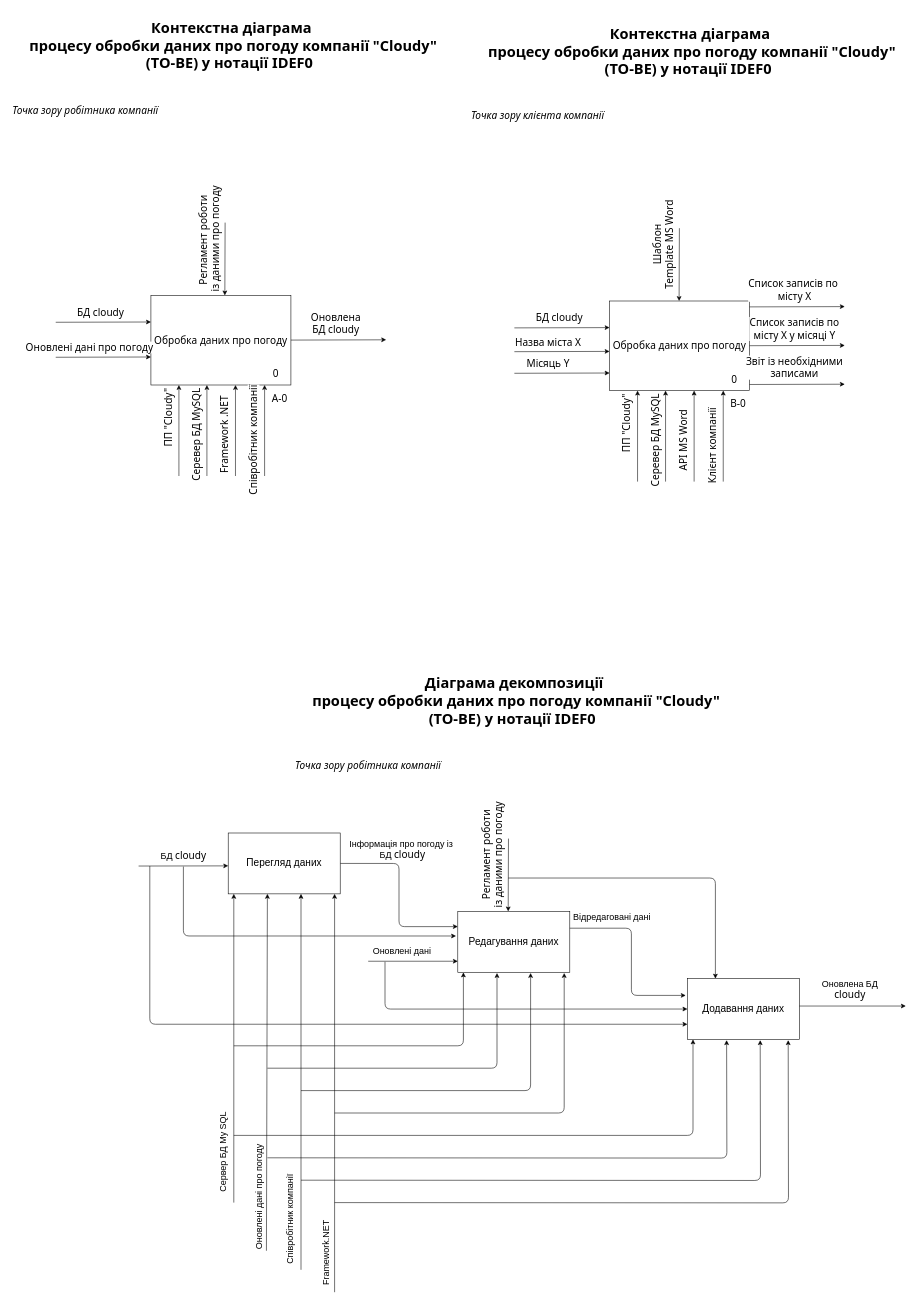
Above: page "IDEF0" (2 of 2) of BPMN i IDEF0.drawio in godlyfrenemy/Cloudy (draw.io), before the change. Source tidied: cells renumbered, new cells numbered last; positions are measured from the earlier drawing's top-left corner, leaving out a move shared by most shapes. Both pictures are drawn from the tidied source at 56%, with x=0, y=0 at pixel (10, 15).
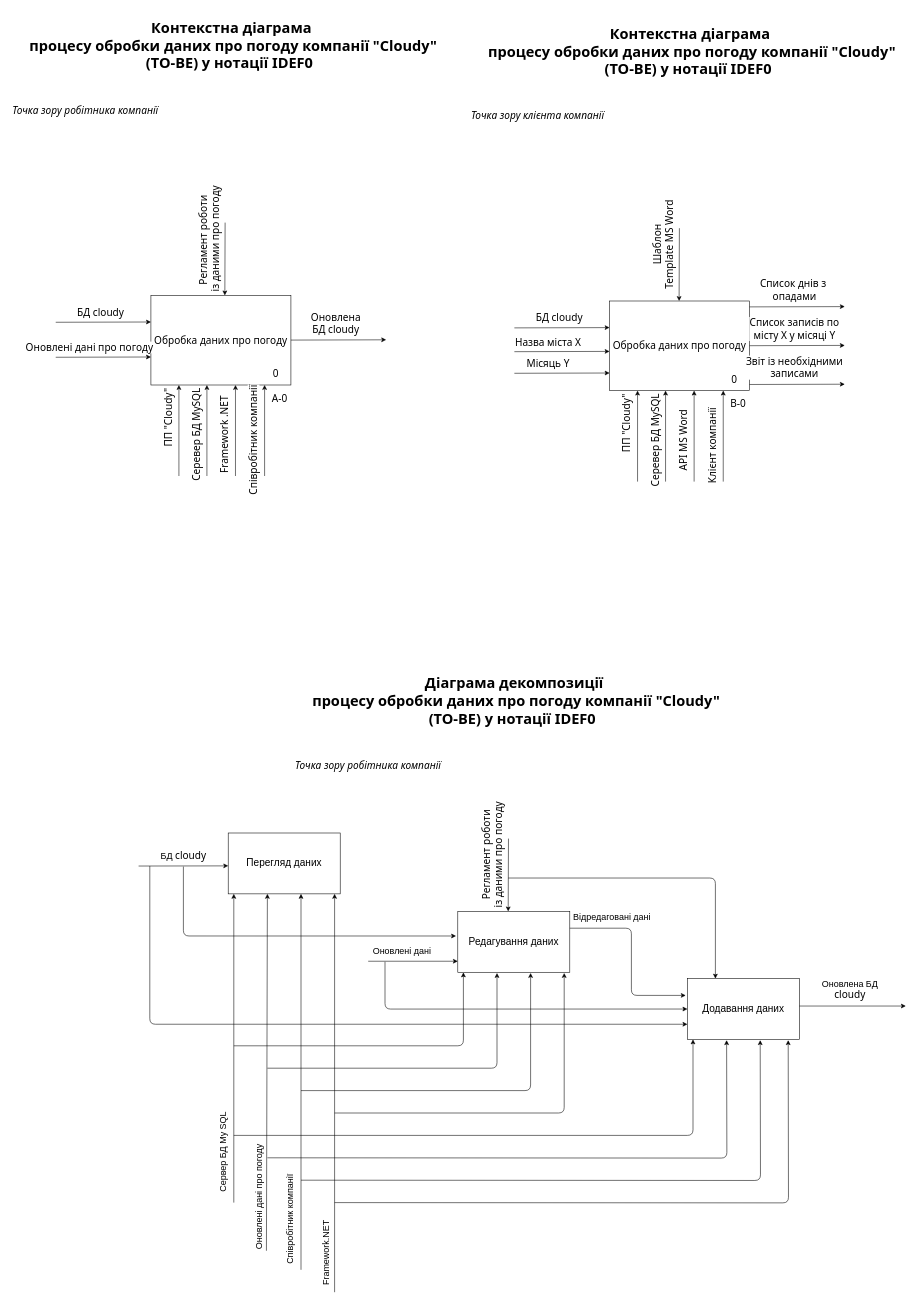
After the change.

Unchanged cells that the change refers to:
```xml
<mxCell id="24" value="&lt;font style=&quot;font-size: 18px&quot;&gt;Перегляд даних&lt;/font&gt;" style="rounded=0;whiteSpace=wrap;html=1;" parent="1" vertex="1">
  <mxGeometry x="390" y="1460" width="200" height="108.7" as="geometry" />
</mxCell>
<mxCell id="25" value="&lt;font style=&quot;font-size: 18px&quot;&gt;Редагування даних&lt;/font&gt;" style="rounded=0;whiteSpace=wrap;html=1;" parent="1" vertex="1">
  <mxGeometry x="800" y="1600" width="200" height="108.7" as="geometry" />
</mxCell>
<mxCell id="80" style="endArrow=classic;html=1;fontFamily=Tahoma;fontSize=18;entryX=0;entryY=0.25;entryDx=0;entryDy=0;" parent="1" edge="1">
  <mxGeometry relative="1" as="geometry">
    <mxPoint x="1321" y="520.5" as="sourcePoint" />
    <mxPoint x="1491" y="520" as="targetPoint" />
  </mxGeometry>
</mxCell>
```

Change to the diagram source:
```diff
@@
-    <mxCell id="22" style="edgeStyle=orthogonalEdgeStyle;rounded=1;jettySize=auto;html=1;exitX=1;exitY=0.5;exitDx=0;exitDy=0;entryX=0;entryY=0.25;entryDx=0;entryDy=0;" parent="1" edge="1" source="24" target="25">
-      <mxGeometry relative="1" as="geometry" />
-    </mxCell>
-    <mxCell id="23" value="&lt;font style=&quot;font-size: 16px&quot;&gt;Інформація про погоду із&amp;nbsp;&lt;br&gt;&lt;/font&gt;&lt;span style=&quot;font-size: 16px&quot;&gt;БД &lt;/span&gt;&lt;font face=&quot;tahoma&quot;&gt;&lt;span style=&quot;font-size: 18px&quot;&gt;cloudy&lt;/span&gt;&lt;/font&gt;" style="text;html=1;align=center;verticalAlign=middle;labelBackgroundColor=#ffffff;" parent="22" vertex="1">
-      <mxGeometry x="-0.49" y="1" relative="1" as="geometry">
-        <mxPoint x="28.3" y="-23.4" as="offset" />
-      </mxGeometry>
-    </mxCell>
@@
-    <mxCell id="81" value="Список записів по&amp;nbsp;&lt;br&gt;місту Х" style="text;html=1;align=center;verticalAlign=middle;labelBackgroundColor=#ffffff;fontSize=18;fontFamily=Tahoma;" parent="80" vertex="1">
+    <mxCell id="81" value="Список днів з&amp;nbsp;&lt;br&gt;опадами" style="text;html=1;align=center;verticalAlign=middle;labelBackgroundColor=#ffffff;fontSize=18;fontFamily=Tahoma;" parent="80" vertex="1">
       <mxGeometry x="0.27" relative="1" as="geometry">
         <mxPoint x="-28" y="-30.2" as="offset" />
       </mxGeometry>
     </mxCell>
```
